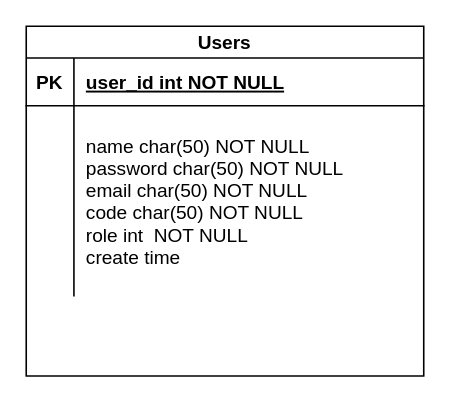
This is MedDB.drawio from HelloYLee/SystemDesign, a draw.io file, before an edit. Source tidied: cells renumbered, new cells numbered last; positions are measured from the earlier drawing's top-left corner, leaving out a move shared by most shapes. Both pictures are drawn from the tidied source at 159%, with x=0, y=0 at pixel (25, 25).
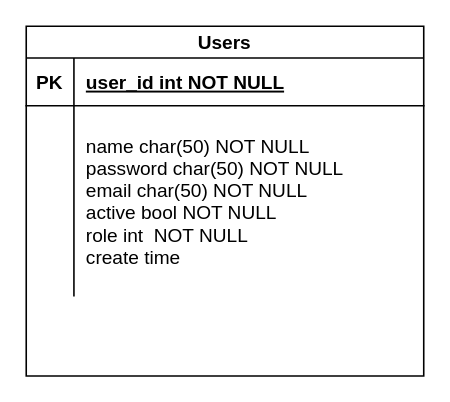
After the change.

Diff of the diagram source:
```diff
@@
 <mxGraphModel>
   <root>
     <mxCell id="0" />
     <mxCell id="1" parent="0" />
     <mxCell id="2" value="Users" style="shape=table;startSize=20;childLayout=tableLayout;rowLines=0;fontStyle=1;align=center;" parent="1" vertex="1">
       <mxGeometry width="250" height="220" as="geometry" />
     </mxCell>
     <mxCell id="3" style="shape=partialRectangle;fillColor=none;top=0;left=0;right=0;bottom=1;" parent="2" vertex="1">
       <mxGeometry y="20" width="250" height="30" as="geometry" />
     </mxCell>
     <mxCell id="4" value="PK" style="shape=partialRectangle;overflow=hidden;fillColor=none;top=0;left=0;bottom=0;right=0;fontStyle=1;" parent="3" vertex="1">
       <mxGeometry width="30" height="30" as="geometry" />
     </mxCell>
     <mxCell id="5" value="user_id int NOT NULL " style="shape=partialRectangle;overflow=hidden;fillColor=none;top=0;left=0;bottom=0;right=0;align=left;spacingLeft=6;fontStyle=5;" parent="3" vertex="1">
       <mxGeometry x="30" width="220" height="30" as="geometry" />
     </mxCell>
     <mxCell id="6" style="shape=partialRectangle;fillColor=none;top=0;left=0;right=0;bottom=0;" parent="2" vertex="1">
       <mxGeometry y="50" width="250" height="120" as="geometry" />
     </mxCell>
     <mxCell id="7" style="shape=partialRectangle;overflow=hidden;fillColor=none;top=0;left=0;bottom=0;right=0;" parent="6" vertex="1">
       <mxGeometry width="30" height="120" as="geometry" />
     </mxCell>
-    <mxCell id="8" value="name char(50) NOT NULL&#10;password char(50) NOT NULL&#10;email char(50) NOT NULL&#10;code char(50) NOT NULL&#10;role int  NOT NULL&#10;create time" style="shape=partialRectangle;overflow=hidden;fillColor=none;top=0;left=0;bottom=0;right=0;align=left;spacingLeft=6;" parent="6" vertex="1">
+    <mxCell id="8" value="name char(50) NOT NULL&#10;password char(50) NOT NULL&#10;email char(50) NOT NULL&#10;active bool NOT NULL&#10;role int  NOT NULL&#10;create time" style="shape=partialRectangle;overflow=hidden;fillColor=none;top=0;left=0;bottom=0;right=0;align=left;spacingLeft=6;" parent="6" vertex="1">
       <mxGeometry x="30" width="220" height="120" as="geometry" />
     </mxCell>
   </root>
 </mxGraphModel>
```
